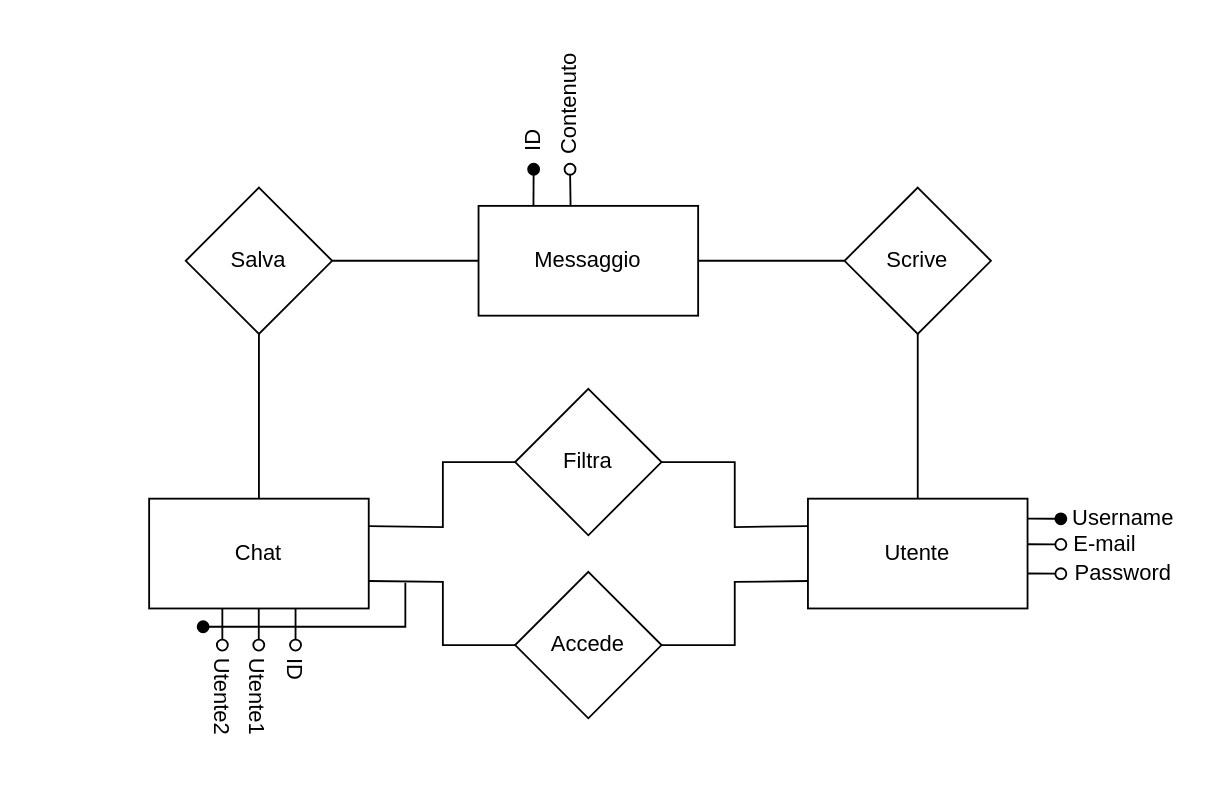
Earlier version of the draw.io diagram 7_Allegati/diagramma er.drawio (GitSamuele/Chat-Locale). Source tidied: cells renumbered, new cells numbered last; positions are measured from the earlier drawing's top-left corner, leaving out a move shared by most shapes. Both pictures are drawn from the tidied source at 183%, with x=0, y=0 at pixel (148, 77).
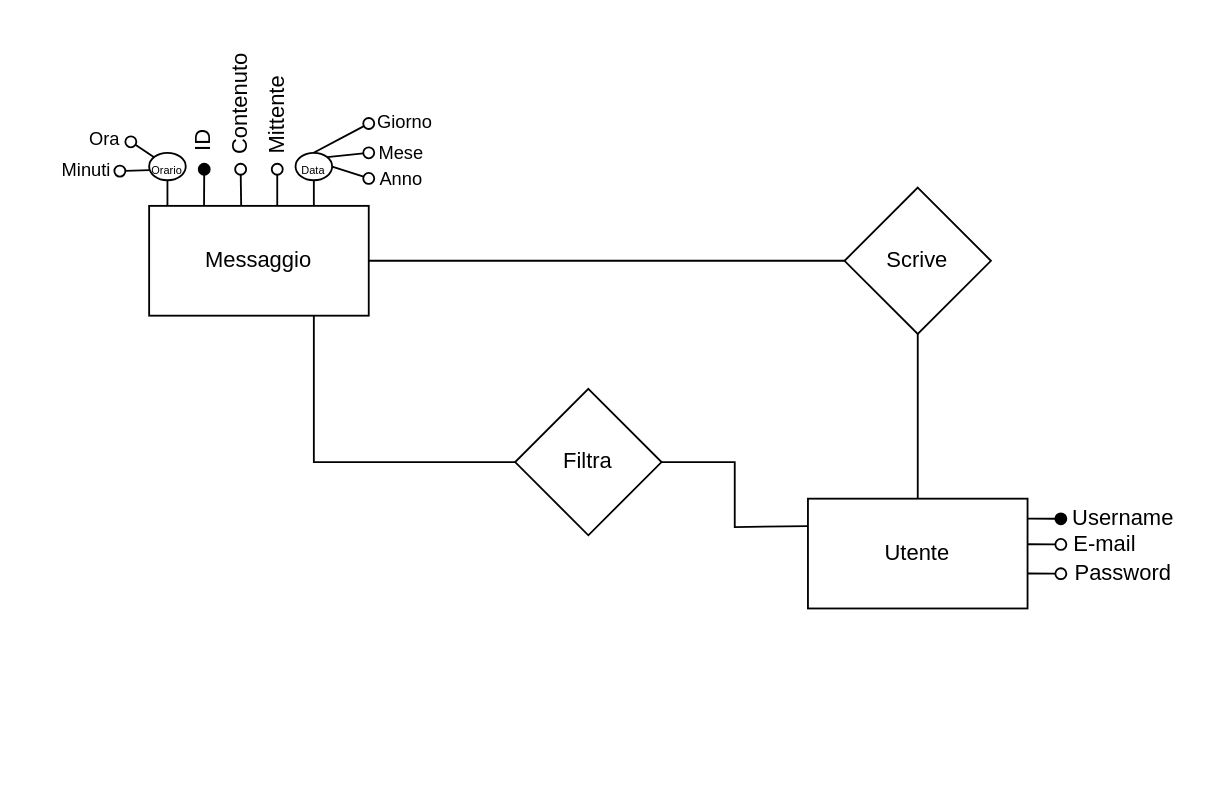
After the change.

The change refers to these unchanged cells:
```xml
<mxCell id="5" value="Scrive" style="rhombus;whiteSpace=wrap;html=1;" parent="1" vertex="1">
  <mxGeometry x="380" y="60" width="80" height="80" as="geometry" />
</mxCell>
<mxCell id="10" value="Filtra" style="rhombus;whiteSpace=wrap;html=1;" parent="1" vertex="1">
  <mxGeometry x="200" y="170" width="80" height="80" as="geometry" />
</mxCell>
```

What changed in the source:
```diff
@@
-    <mxCell id="3" value="Chat" style="rounded=0;whiteSpace=wrap;html=1;" parent="1" vertex="1">
-      <mxGeometry y="230" width="120" height="60" as="geometry" />
-    </mxCell>
@@
-    <mxCell id="6" style="edgeStyle=orthogonalEdgeStyle;rounded=0;jettySize=auto;html=1;exitX=0.5;exitY=1;exitDx=0;exitDy=0;entryX=0.667;entryY=0;entryDx=0;entryDy=0;entryPerimeter=0;endArrow=none;endFill=0;" parent="1" edge="1" source="5">
-      <mxGeometry relative="1" as="geometry">
-        <mxPoint x="420" y="230" as="targetPoint" />
-      </mxGeometry>
-    </mxCell>
-    <mxCell id="7" style="edgeStyle=orthogonalEdgeStyle;rounded=0;jettySize=auto;html=1;exitX=1;exitY=0.75;exitDx=0;exitDy=0;entryX=0;entryY=0.5;entryDx=0;entryDy=0;endArrow=none;endFill=0;" parent="1" edge="1" target="12">
-      <mxGeometry relative="1" as="geometry">
-        <mxPoint x="120" y="275" as="sourcePoint" />
-      </mxGeometry>
-    </mxCell>
-    <mxCell id="8" style="edgeStyle=orthogonalEdgeStyle;rounded=0;jettySize=auto;html=1;exitX=1;exitY=0.25;exitDx=0;exitDy=0;entryX=0;entryY=0.5;entryDx=0;entryDy=0;endArrow=none;endFill=0;" parent="1" edge="1" target="10">
-      <mxGeometry relative="1" as="geometry">
-        <mxPoint x="120" y="245" as="sourcePoint" />
-      </mxGeometry>
-    </mxCell>
-    <mxCell id="9" style="edgeStyle=orthogonalEdgeStyle;rounded=0;jettySize=auto;html=1;exitX=1;exitY=0.5;exitDx=0;exitDy=0;entryX=0;entryY=0.25;entryDx=0;entryDy=0;endArrow=none;endFill=0;" parent="1" edge="1" source="10">
-      <mxGeometry relative="1" as="geometry">
-        <mxPoint x="360" y="245" as="targetPoint" />
-      </mxGeometry>
-    </mxCell>
+    <mxCell id="34" style="edgeStyle=orthogonalEdgeStyle;rounded=0;jettySize=auto;html=1;exitX=0.5;exitY=1;exitDx=0;exitDy=0;entryX=0.667;entryY=0;entryDx=0;entryDy=0;entryPerimeter=0;endArrow=none;endFill=0;" parent="1" edge="1" source="5">
+      <mxGeometry relative="1" as="geometry">
+        <mxPoint x="420" y="230" as="targetPoint" />
+      </mxGeometry>
+    </mxCell>
+    <mxCell id="35" style="edgeStyle=orthogonalEdgeStyle;rounded=0;jettySize=auto;html=1;exitX=0.75;exitY=1;exitDx=0;exitDy=0;entryX=0;entryY=0.5;entryDx=0;entryDy=0;endArrow=none;endFill=0;" parent="1" edge="1" source="19" target="10">
+      <mxGeometry relative="1" as="geometry" />
+    </mxCell>
+    <mxCell id="36" style="edgeStyle=orthogonalEdgeStyle;rounded=0;jettySize=auto;html=1;exitX=1;exitY=0.5;exitDx=0;exitDy=0;entryX=0;entryY=0.25;entryDx=0;entryDy=0;endArrow=none;endFill=0;" parent="1" edge="1" source="10">
+      <mxGeometry relative="1" as="geometry">
+        <mxPoint x="360" y="245" as="targetPoint" />
+      </mxGeometry>
+    </mxCell>
@@
-    <mxCell id="11" style="edgeStyle=orthogonalEdgeStyle;rounded=0;jettySize=auto;html=1;exitX=1;exitY=0.5;exitDx=0;exitDy=0;entryX=0;entryY=0.75;entryDx=0;entryDy=0;endArrow=none;endFill=0;" parent="1" edge="1" source="12">
-      <mxGeometry relative="1" as="geometry">
-        <mxPoint x="360" y="275" as="targetPoint" />
-      </mxGeometry>
-    </mxCell>
-    <mxCell id="12" value="Accede" style="rhombus;whiteSpace=wrap;html=1;" parent="1" vertex="1">
-      <mxGeometry x="200" y="270" width="80" height="80" as="geometry" />
-    </mxCell>
-    <mxCell id="13" style="endArrow=oval;html=1;rounded=0;endFill=1;exitX=1.015;exitY=0.181;exitDx=0;exitDy=0;exitPerimeter=0;" parent="1" edge="1">
-      <mxGeometry relative="1" as="geometry">
-        <mxPoint x="480" y="240.9" as="sourcePoint" />
-        <mxPoint x="498.2" y="241" as="targetPoint" />
-      </mxGeometry>
-    </mxCell>
+    <mxCell id="37" style="endArrow=oval;html=1;rounded=0;endFill=1;exitX=1.015;exitY=0.181;exitDx=0;exitDy=0;exitPerimeter=0;" parent="1" edge="1">
+      <mxGeometry relative="1" as="geometry">
+        <mxPoint x="480" y="240.9" as="sourcePoint" />
+        <mxPoint x="498.2" y="241" as="targetPoint" />
+      </mxGeometry>
+    </mxCell>
@@
-    <mxCell id="15" style="endArrow=oval;html=1;rounded=0;endFill=0;exitX=1.015;exitY=0.181;exitDx=0;exitDy=0;exitPerimeter=0;" parent="1" edge="1">
-      <mxGeometry relative="1" as="geometry">
-        <mxPoint x="480" y="254.9" as="sourcePoint" />
-        <mxPoint x="498.2" y="255" as="targetPoint" />
-      </mxGeometry>
-    </mxCell>
+    <mxCell id="38" style="endArrow=oval;html=1;rounded=0;endFill=0;exitX=1.015;exitY=0.181;exitDx=0;exitDy=0;exitPerimeter=0;" parent="1" edge="1">
+      <mxGeometry relative="1" as="geometry">
+        <mxPoint x="480" y="254.9" as="sourcePoint" />
+        <mxPoint x="498.2" y="255" as="targetPoint" />
+      </mxGeometry>
+    </mxCell>
@@
-    <mxCell id="17" style="endArrow=oval;html=1;rounded=0;endFill=0;exitX=1.015;exitY=0.181;exitDx=0;exitDy=0;exitPerimeter=0;" parent="1" edge="1">
-      <mxGeometry relative="1" as="geometry">
-        <mxPoint x="480" y="270.9" as="sourcePoint" />
-        <mxPoint x="498.2" y="271" as="targetPoint" />
-      </mxGeometry>
-    </mxCell>
+    <mxCell id="39" style="endArrow=oval;html=1;rounded=0;endFill=0;exitX=1.015;exitY=0.181;exitDx=0;exitDy=0;exitPerimeter=0;" parent="1" edge="1">
+      <mxGeometry relative="1" as="geometry">
+        <mxPoint x="480" y="270.9" as="sourcePoint" />
+        <mxPoint x="498.2" y="271" as="targetPoint" />
+      </mxGeometry>
+    </mxCell>
@@
     <mxCell id="19" value="Messaggio" style="rounded=0;whiteSpace=wrap;html=1;" parent="1" vertex="1">
-      <mxGeometry x="180" y="70" width="120" height="60" as="geometry" />
+      <mxGeometry y="70" width="120" height="60" as="geometry" />
     </mxCell>
-    <mxCell id="20" style="edgeStyle=orthogonalEdgeStyle;rounded=0;jettySize=auto;html=1;exitX=1;exitY=0.5;exitDx=0;exitDy=0;entryX=0;entryY=0.5;entryDx=0;entryDy=0;endArrow=none;endFill=0;" parent="1" edge="1" source="22" target="19">
-      <mxGeometry relative="1" as="geometry" />
-    </mxCell>
-    <mxCell id="21" style="edgeStyle=orthogonalEdgeStyle;rounded=0;jettySize=auto;html=1;exitX=0.5;exitY=1;exitDx=0;exitDy=0;entryX=0.5;entryY=0;entryDx=0;entryDy=0;endArrow=none;endFill=0;" parent="1" edge="1" source="22" target="3">
-      <mxGeometry relative="1" as="geometry" />
-    </mxCell>
-    <mxCell id="22" value="Salva" style="rhombus;whiteSpace=wrap;html=1;" parent="1" vertex="1">
-      <mxGeometry x="20" y="60" width="80" height="80" as="geometry" />
-    </mxCell>
-    <mxCell id="23" style="endArrow=oval;html=1;rounded=0;endFill=0;exitX=0.583;exitY=1;exitDx=0;exitDy=0;exitPerimeter=0;" parent="1" edge="1">
-      <mxGeometry relative="1" as="geometry">
-        <mxPoint x="80" y="290" as="sourcePoint" />
-        <mxPoint x="80" y="310" as="targetPoint" />
-      </mxGeometry>
-    </mxCell>
-    <mxCell id="24" style="endArrow=oval;html=1;rounded=0;endFill=0;exitX=0.75;exitY=1;exitDx=0;exitDy=0;" parent="1" edge="1">
-      <mxGeometry relative="1" as="geometry">
-        <mxPoint x="59.9" y="290" as="sourcePoint" />
-        <mxPoint x="59.9" y="310" as="targetPoint" />
-      </mxGeometry>
-    </mxCell>
-    <mxCell id="25" value="ID" style="text;html=1;align=center;verticalAlign=middle;strokeColor=none;fillColor=none;rotation=90;" parent="1" vertex="1">
-      <mxGeometry x="60" y="308" width="40" height="30" as="geometry" />
-    </mxCell>
-    <mxCell id="26" style="endArrow=oval;html=1;rounded=0;endFill=1;entryX=0.501;entryY=0.98;entryDx=0;entryDy=0;entryPerimeter=0;" parent="1" edge="1">
-      <mxGeometry relative="1" as="geometry">
-        <mxPoint x="210" y="70" as="sourcePoint" />
-        <mxPoint x="210.1" y="50" as="targetPoint" />
-      </mxGeometry>
-    </mxCell>
+    <mxCell id="40" style="endArrow=oval;html=1;rounded=0;endFill=1;entryX=0.501;entryY=0.98;entryDx=0;entryDy=0;entryPerimeter=0;" parent="1" edge="1">
+      <mxGeometry relative="1" as="geometry">
+        <mxPoint x="30" y="70" as="sourcePoint" />
+        <mxPoint x="30.1" y="50" as="targetPoint" />
+      </mxGeometry>
+    </mxCell>
     <mxCell id="27" value="ID" style="text;html=1;align=center;verticalAlign=middle;strokeColor=none;fillColor=none;rotation=-90;" parent="1" vertex="1">
-      <mxGeometry x="190" y="20" width="40" height="30" as="geometry" />
+      <mxGeometry x="10" y="20" width="40" height="30" as="geometry" />
     </mxCell>
-    <mxCell id="28" style="endArrow=oval;html=1;rounded=0;endFill=0;exitX=0.419;exitY=-0.005;exitDx=0;exitDy=0;exitPerimeter=0;" parent="1" edge="1" source="19">
-      <mxGeometry relative="1" as="geometry">
-        <mxPoint x="230" y="50" as="targetPoint" />
-      </mxGeometry>
-    </mxCell>
+    <mxCell id="41" style="endArrow=oval;html=1;rounded=0;endFill=0;exitX=0.419;exitY=-0.005;exitDx=0;exitDy=0;exitPerimeter=0;" parent="1" edge="1" source="19">
+      <mxGeometry relative="1" as="geometry">
+        <mxPoint x="50" y="50" as="targetPoint" />
+      </mxGeometry>
+    </mxCell>
     <mxCell id="29" value="Contenuto" style="text;html=1;align=center;verticalAlign=middle;strokeColor=none;fillColor=none;rotation=-90;" parent="1" vertex="1">
-      <mxGeometry x="190" width="80" height="30" as="geometry" />
+      <mxGeometry x="10" width="80" height="30" as="geometry" />
     </mxCell>
-    <mxCell id="30" style="endArrow=oval;html=1;rounded=0;endFill=0;exitX=0.75;exitY=1;exitDx=0;exitDy=0;" parent="1" edge="1">
-      <mxGeometry relative="1" as="geometry">
-        <mxPoint x="40" y="290" as="sourcePoint" />
-        <mxPoint x="40" y="310" as="targetPoint" />
-      </mxGeometry>
-    </mxCell>
-    <mxCell id="31" value="Utente1" style="text;html=1;align=center;verticalAlign=middle;strokeColor=none;fillColor=none;rotation=90;" parent="1" vertex="1">
-      <mxGeometry x="24" y="323" width="70" height="30" as="geometry" />
-    </mxCell>
-    <mxCell id="32" value="Utente2" style="text;html=1;align=center;verticalAlign=middle;strokeColor=none;fillColor=none;rotation=90;" parent="1" vertex="1">
-      <mxGeometry x="5" y="323" width="70" height="30" as="geometry" />
-    </mxCell>
-    <mxCell id="33" style="endArrow=oval;html=1;rounded=0;endFill=1;" parent="1" edge="1">
-      <mxGeometry relative="1" as="geometry">
-        <mxPoint x="140" y="276" as="sourcePoint" />
-        <mxPoint x="29.5" y="300" as="targetPoint" />
-        <Array as="points">
-          <mxPoint x="140" y="300" />
-        </Array>
-      </mxGeometry>
-    </mxCell>
+    <mxCell id="42" style="endArrow=oval;html=1;rounded=0;endFill=0;exitX=0.419;exitY=-0.005;exitDx=0;exitDy=0;exitPerimeter=0;" parent="1" edge="1">
+      <mxGeometry relative="1" as="geometry">
+        <mxPoint x="70" y="70" as="sourcePoint" />
+        <mxPoint x="70" y="50" as="targetPoint" />
+      </mxGeometry>
+    </mxCell>
+    <mxCell id="43" value="Mittente" style="text;html=1;align=center;verticalAlign=middle;strokeColor=none;fillColor=none;rotation=-90;" parent="1" vertex="1">
+      <mxGeometry x="35" y="6" width="70" height="30" as="geometry" />
+    </mxCell>
+    <mxCell id="44" style="endArrow=oval;html=1;rounded=0;endFill=0;exitX=0.419;exitY=-0.005;exitDx=0;exitDy=0;exitPerimeter=0;strokeWidth=1;" parent="1" edge="1">
+      <mxGeometry relative="1" as="geometry">
+        <mxPoint x="90" y="70" as="sourcePoint" />
+        <mxPoint x="90" y="50" as="targetPoint" />
+      </mxGeometry>
+    </mxCell>
+    <mxCell id="45" value="&lt;font style=&quot;font-size: 6px;&quot;&gt;Data&lt;/font&gt;" style="ellipse;whiteSpace=wrap;html=1;" parent="1" vertex="1">
+      <mxGeometry x="80" y="41" width="20" height="15" as="geometry" />
+    </mxCell>
+    <mxCell id="46" style="endArrow=oval;html=1;rounded=0;endFill=0;exitX=0.419;exitY=-0.005;exitDx=0;exitDy=0;exitPerimeter=0;" parent="1" edge="1">
+      <mxGeometry relative="1" as="geometry">
+        <mxPoint x="89.9" y="41" as="sourcePoint" />
+        <mxPoint x="120" y="25" as="targetPoint" />
+      </mxGeometry>
+    </mxCell>
+    <mxCell id="47" style="endArrow=oval;html=1;rounded=0;endFill=0;exitX=1;exitY=0;exitDx=0;exitDy=0;" parent="1" edge="1" source="45">
+      <mxGeometry relative="1" as="geometry">
+        <mxPoint x="120" y="41" as="targetPoint" />
+      </mxGeometry>
+    </mxCell>
+    <mxCell id="48" style="endArrow=oval;html=1;rounded=0;endFill=0;exitX=1;exitY=0.5;exitDx=0;exitDy=0;" parent="1" edge="1" source="45">
+      <mxGeometry relative="1" as="geometry">
+        <mxPoint x="120" y="55" as="targetPoint" />
+      </mxGeometry>
+    </mxCell>
+    <mxCell id="49" value="&lt;font style=&quot;font-size: 10px;&quot;&gt;Giorno&lt;/font&gt;" style="text;html=1;align=center;verticalAlign=middle;whiteSpace=wrap;rounded=0;" parent="1" vertex="1">
+      <mxGeometry x="110" y="9" width="60" height="30" as="geometry" />
+    </mxCell>
+    <mxCell id="50" value="&lt;font style=&quot;font-size: 10px;&quot;&gt;Mese&lt;/font&gt;" style="text;html=1;align=center;verticalAlign=middle;whiteSpace=wrap;rounded=0;" parent="1" vertex="1">
+      <mxGeometry x="108" y="26" width="60" height="30" as="geometry" />
+    </mxCell>
+    <mxCell id="51" value="&lt;font style=&quot;font-size: 10px;&quot;&gt;Anno&lt;/font&gt;" style="text;html=1;align=center;verticalAlign=middle;whiteSpace=wrap;rounded=0;" parent="1" vertex="1">
+      <mxGeometry x="108" y="40" width="60" height="30" as="geometry" />
+    </mxCell>
+    <mxCell id="52" style="endArrow=oval;html=1;rounded=0;endFill=0;exitX=0.419;exitY=-0.005;exitDx=0;exitDy=0;exitPerimeter=0;strokeWidth=1;" parent="1" edge="1">
+      <mxGeometry relative="1" as="geometry">
+        <mxPoint x="10" y="70" as="sourcePoint" />
+        <mxPoint x="10" y="50" as="targetPoint" />
+      </mxGeometry>
+    </mxCell>
+    <mxCell id="53" value="&lt;font style=&quot;font-size: 6px;&quot;&gt;Orario&lt;/font&gt;" style="ellipse;whiteSpace=wrap;html=1;" parent="1" vertex="1">
+      <mxGeometry y="41" width="20" height="15" as="geometry" />
+    </mxCell>
+    <mxCell id="54" style="endArrow=oval;html=1;rounded=0;endFill=0;exitX=0.003;exitY=0.633;exitDx=0;exitDy=0;exitPerimeter=0;" parent="1" edge="1" source="53">
+      <mxGeometry relative="1" as="geometry">
+        <mxPoint x="-16" y="51" as="targetPoint" />
+      </mxGeometry>
+    </mxCell>
+    <mxCell id="55" style="endArrow=oval;html=1;rounded=0;endFill=0;exitX=0;exitY=0;exitDx=0;exitDy=0;" parent="1" edge="1" source="53">
+      <mxGeometry relative="1" as="geometry">
+        <mxPoint x="-10" y="35" as="targetPoint" />
+      </mxGeometry>
+    </mxCell>
+    <mxCell id="56" value="&lt;font style=&quot;font-size: 10px;&quot;&gt;Ora&lt;/font&gt;" style="text;html=1;align=center;verticalAlign=middle;whiteSpace=wrap;rounded=0;" parent="1" vertex="1">
+      <mxGeometry x="-54" y="18" width="60" height="30" as="geometry" />
+    </mxCell>
+    <mxCell id="57" value="&lt;font style=&quot;font-size: 10px;&quot;&gt;Minuti&lt;/font&gt;" style="text;html=1;align=center;verticalAlign=middle;whiteSpace=wrap;rounded=0;" parent="1" vertex="1">
+      <mxGeometry x="-64" y="35" width="60" height="30" as="geometry" />
+    </mxCell>
```
